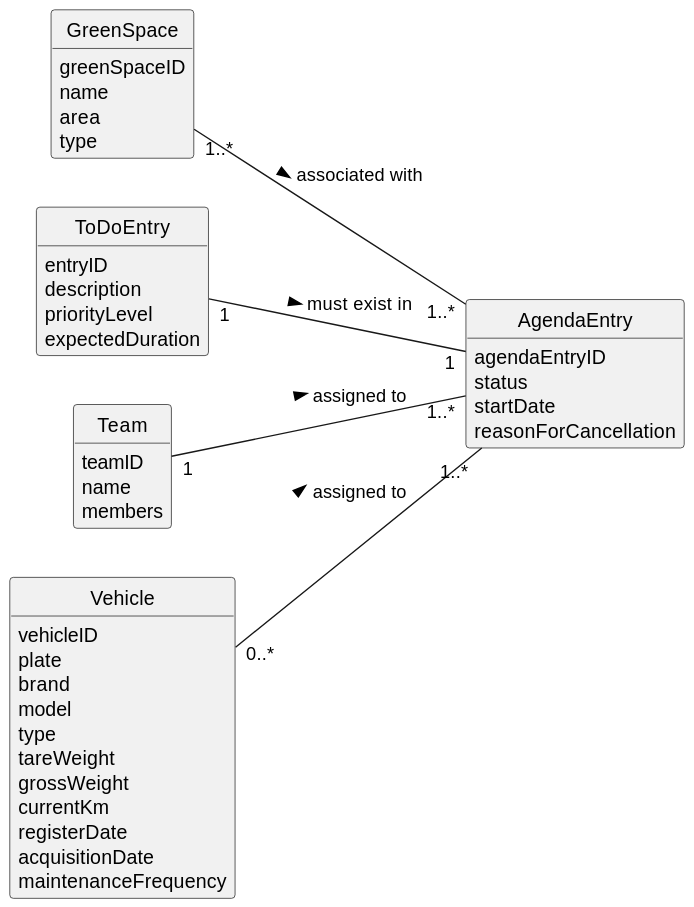
Above: docs/sprintC/us022/02.analysis/svg/us022-domain-model.svg in ricardomm7/leaflink (PlantUML), before the change. The source it was exported from:
```plantuml
@startuml
skinparam monochrome true
skinparam packageStyle rectangle
skinparam shadowing false

skinparam classAttributeIconSize 0
left to right direction

hide circle
hide methods


class GreenSpace {
    greenSpaceID
    name
    area
    type
}

class ToDoEntry {
    entryID
    description
    priorityLevel
    expectedDuration
}

class AgendaEntry {
    agendaEntryID
    status
    startDate
    reasonForCancellation
}

class Team {
    teamID
    name
    members
}

class Vehicle {
    vehicleID
    plate
    brand
    model
    type
    tareWeight
    grossWeight
    currentKm
    registerDate
    acquisitionDate
    maintenanceFrequency
}

GreenSpace "1..*" -- "1..*" AgendaEntry : associated with >
ToDoEntry "1" -- "1" AgendaEntry : must exist in >

Team "1" -- "1..*" AgendaEntry : assigned to >
Vehicle "0..*" -- "1..*" AgendaEntry : assigned to >
@enduml
```
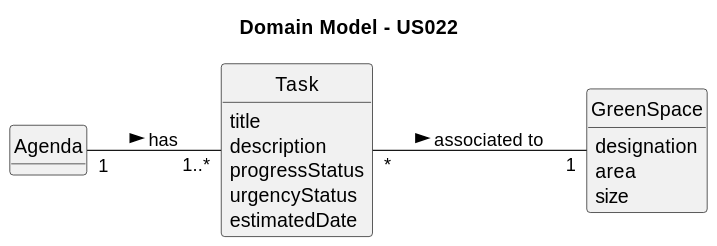
After the commit.

What changed in the source:
```diff
@@ -3,57 +3,34 @@
 skinparam packageStyle rectangle
 skinparam shadowing false
 
-skinparam classAttributeIconSize 0
+title Domain Model - US022
+
 left to right direction
 
+skinparam classAttributeIconSize 0
 hide circle
 hide methods
 
+class Agenda {
 
-class GreenSpace {
-    greenSpaceID
-    name
-    area
-    type
 }
 
-class ToDoEntry {
-    entryID
+class Task {
+    title
     description
-    priorityLevel
-    expectedDuration
+    progressStatus
+    urgencyStatus
+    estimatedDate
 }
 
-class AgendaEntry {
-    agendaEntryID
-    status
-    startDate
-    reasonForCancellation
+class GreenSpace{
+    designation
+    area
+    size
 }
 
-class Team {
-    teamID
-    name
-    members
-}
 
-class Vehicle {
-    vehicleID
-    plate
-    brand
-    model
-    type
-    tareWeight
-    grossWeight
-    currentKm
-    registerDate
-    acquisitionDate
-    maintenanceFrequency
-}
+Agenda "1" -- "1..*" Task : has >
 
-GreenSpace "1..*" -- "1..*" AgendaEntry : associated with >
-ToDoEntry "1" -- "1" AgendaEntry : must exist in >
-
-Team "1" -- "1..*" AgendaEntry : assigned to >
-Vehicle "0..*" -- "1..*" AgendaEntry : assigned to >
+Task "*" -- "1" GreenSpace: associated to >
 @enduml
```
